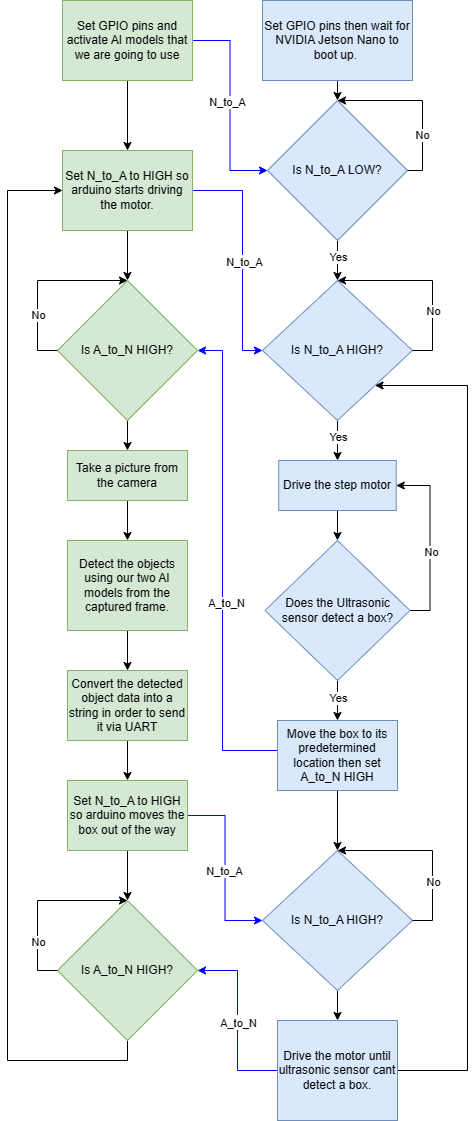
Earlier version of the draw.io export 07_Pictures/flow_diagram.png (MustafaEgeAtay/AI_Detected_Conveyor_Belt). Source tidied: cells renumbered, new cells last; positions are measured from the earlier drawing's top-left corner, leaving out a move shared by most shapes. Its diagram source:
```xml
<mxGraphModel>
  <root>
    <mxCell id="0" />
    <mxCell id="1" parent="0" />
    <mxCell id="2" style="edgeStyle=orthogonalEdgeStyle;rounded=0;jettySize=auto;html=1;exitX=1;exitY=0.5;exitDx=0;exitDy=0;entryX=0;entryY=0.5;entryDx=0;entryDy=0;strokeColor=#0000FF;" parent="1" edge="1" source="5" target="10">
      <mxGeometry relative="1" as="geometry" />
    </mxCell>
    <mxCell id="3" value="N_to_A" style="edgeLabel;html=1;align=center;verticalAlign=middle;" parent="2" vertex="1">
      <mxGeometry x="0.22" y="-3" relative="1" as="geometry">
        <mxPoint y="-26" as="offset" />
      </mxGeometry>
    </mxCell>
    <mxCell id="4" style="edgeStyle=orthogonalEdgeStyle;rounded=0;jettySize=auto;html=1;exitX=0.5;exitY=1;exitDx=0;exitDy=0;entryX=0.5;entryY=0;entryDx=0;entryDy=0;" parent="1" edge="1" source="5" target="17">
      <mxGeometry relative="1" as="geometry" />
    </mxCell>
    <mxCell id="5" value="Set GPIO pins and activate AI models that we are going to use" style="rounded=0;whiteSpace=wrap;html=1;fillColor=#d5e8d4;strokeColor=#82b366;" parent="1" vertex="1">
      <mxGeometry x="55" width="130" height="80" as="geometry" />
    </mxCell>
    <mxCell id="6" style="edgeStyle=orthogonalEdgeStyle;rounded=0;jettySize=auto;html=1;exitX=0.5;exitY=1;exitDx=0;exitDy=0;entryX=0.5;entryY=0;entryDx=0;entryDy=0;" parent="1" edge="1" source="7" target="10">
      <mxGeometry relative="1" as="geometry" />
    </mxCell>
    <mxCell id="7" value="Set GPIO pins then wait for NVIDIA Jetson Nano to boot up.&amp;nbsp;" style="rounded=0;whiteSpace=wrap;html=1;fillColor=#dae8fc;strokeColor=#6c8ebf;" parent="1" vertex="1">
      <mxGeometry x="255" width="150" height="80" as="geometry" />
    </mxCell>
    <mxCell id="8" style="edgeStyle=orthogonalEdgeStyle;rounded=0;jettySize=auto;html=1;exitX=0.5;exitY=1;exitDx=0;exitDy=0;entryX=0.5;entryY=0;entryDx=0;entryDy=0;" parent="1" edge="1" source="10" target="20">
      <mxGeometry relative="1" as="geometry" />
    </mxCell>
    <mxCell id="9" value="Yes" style="edgeLabel;html=1;align=center;verticalAlign=middle;" parent="8" vertex="1">
      <mxGeometry x="-0.25" y="1" relative="1" as="geometry">
        <mxPoint x="-1" y="1" as="offset" />
      </mxGeometry>
    </mxCell>
    <mxCell id="10" value="Is N_to_A LOW?" style="rhombus;whiteSpace=wrap;html=1;fillColor=#dae8fc;strokeColor=#6c8ebf;" parent="1" vertex="1">
      <mxGeometry x="260" y="100" width="140" height="140" as="geometry" />
    </mxCell>
    <mxCell id="11" style="edgeStyle=orthogonalEdgeStyle;rounded=0;orthogonalLoop=1;jettySize=auto;html=1;exitX=1;exitY=0.5;exitDx=0;exitDy=0;entryX=0.5;entryY=0;entryDx=0;entryDy=0;" parent="1" edge="1" source="10" target="10">
      <mxGeometry relative="1" as="geometry">
        <Array as="points">
          <mxPoint x="415" y="170" />
          <mxPoint x="415" y="100" />
        </Array>
      </mxGeometry>
    </mxCell>
    <mxCell id="12" value="No" style="edgeLabel;html=1;align=center;verticalAlign=middle;" parent="11" vertex="1">
      <mxGeometry x="-0.34" y="2" relative="1" as="geometry">
        <mxPoint x="1" y="5" as="offset" />
      </mxGeometry>
    </mxCell>
    <mxCell id="13" style="edgeStyle=orthogonalEdgeStyle;rounded=0;jettySize=auto;html=1;exitX=1;exitY=0.5;exitDx=0;exitDy=0;entryX=0;entryY=0.5;entryDx=0;entryDy=0;strokeColor=#0000FF;" parent="1" edge="1" source="17" target="20">
      <mxGeometry relative="1" as="geometry">
        <Array as="points">
          <mxPoint x="235" y="190" />
          <mxPoint x="235" y="350" />
        </Array>
      </mxGeometry>
    </mxCell>
    <mxCell id="14" value="Text" style="edgeLabel;html=1;align=center;verticalAlign=middle;" parent="13" vertex="1">
      <mxGeometry x="-0.03" y="3" relative="1" as="geometry">
        <mxPoint y="9" as="offset" />
      </mxGeometry>
    </mxCell>
    <mxCell id="15" value="N_to_A" style="edgeLabel;html=1;align=center;verticalAlign=middle;" parent="13" vertex="1">
      <mxGeometry x="0.05" y="5" relative="1" as="geometry">
        <mxPoint x="-4" as="offset" />
      </mxGeometry>
    </mxCell>
    <mxCell id="16" style="edgeStyle=orthogonalEdgeStyle;rounded=0;jettySize=auto;html=1;exitX=0.5;exitY=1;exitDx=0;exitDy=0;entryX=0.5;entryY=0;entryDx=0;entryDy=0;" parent="1" edge="1" source="17" target="34">
      <mxGeometry relative="1" as="geometry" />
    </mxCell>
    <mxCell id="17" value="Set N_to_A to HIGH so arduino starts driving the motor." style="rounded=0;whiteSpace=wrap;html=1;fillColor=#d5e8d4;strokeColor=#82b366;" parent="1" vertex="1">
      <mxGeometry x="55" y="150" width="130" height="80" as="geometry" />
    </mxCell>
    <mxCell id="18" style="edgeStyle=orthogonalEdgeStyle;rounded=0;jettySize=auto;html=1;exitX=0.5;exitY=1;exitDx=0;exitDy=0;" parent="1" edge="1" source="20">
      <mxGeometry relative="1" as="geometry">
        <mxPoint x="330" y="460" as="targetPoint" />
      </mxGeometry>
    </mxCell>
    <mxCell id="19" value="Yes" style="edgeLabel;html=1;align=center;verticalAlign=middle;" parent="18" vertex="1">
      <mxGeometry x="0.05" y="1" relative="1" as="geometry">
        <mxPoint x="-1" y="-4" as="offset" />
      </mxGeometry>
    </mxCell>
    <mxCell id="20" value="Is N_to_A HIGH?" style="rhombus;whiteSpace=wrap;html=1;fillColor=#dae8fc;strokeColor=#6c8ebf;" parent="1" vertex="1">
      <mxGeometry x="255" y="280" width="150" height="140" as="geometry" />
    </mxCell>
    <mxCell id="21" style="edgeStyle=orthogonalEdgeStyle;rounded=0;orthogonalLoop=1;jettySize=auto;html=1;exitX=1;exitY=0.5;exitDx=0;exitDy=0;entryX=0.5;entryY=0;entryDx=0;entryDy=0;" parent="1" edge="1" source="20" target="20">
      <mxGeometry relative="1" as="geometry">
        <Array as="points">
          <mxPoint x="425" y="350" />
          <mxPoint x="425" y="280" />
        </Array>
      </mxGeometry>
    </mxCell>
    <mxCell id="22" style="edgeStyle=orthogonalEdgeStyle;rounded=0;jettySize=auto;html=1;exitX=0.5;exitY=1;exitDx=0;exitDy=0;entryX=0.5;entryY=0;entryDx=0;entryDy=0;" parent="1" edge="1" source="23" target="28">
      <mxGeometry relative="1" as="geometry" />
    </mxCell>
    <mxCell id="23" value="Drive the step motor" style="rounded=0;whiteSpace=wrap;html=1;fillColor=#dae8fc;strokeColor=#6c8ebf;" parent="1" vertex="1">
      <mxGeometry x="271.2" y="460" width="117.5" height="50" as="geometry" />
    </mxCell>
    <mxCell id="24" style="edgeStyle=orthogonalEdgeStyle;rounded=0;jettySize=auto;html=1;exitX=1;exitY=0.5;exitDx=0;exitDy=0;entryX=1;entryY=0.5;entryDx=0;entryDy=0;" parent="1" edge="1" source="28" target="23">
      <mxGeometry relative="1" as="geometry" />
    </mxCell>
    <mxCell id="25" value="No" style="edgeLabel;html=1;align=center;verticalAlign=middle;" parent="24" vertex="1">
      <mxGeometry x="0.06" y="-1" relative="1" as="geometry">
        <mxPoint y="16" as="offset" />
      </mxGeometry>
    </mxCell>
    <mxCell id="26" style="edgeStyle=orthogonalEdgeStyle;rounded=0;jettySize=auto;html=1;exitX=0.5;exitY=1;exitDx=0;exitDy=0;entryX=0.5;entryY=0;entryDx=0;entryDy=0;" parent="1" edge="1" source="28" target="32">
      <mxGeometry relative="1" as="geometry" />
    </mxCell>
    <mxCell id="27" value="Yes" style="edgeLabel;html=1;align=center;verticalAlign=middle;" parent="26" vertex="1">
      <mxGeometry x="-0.3" y="2" relative="1" as="geometry">
        <mxPoint x="-2" y="3" as="offset" />
      </mxGeometry>
    </mxCell>
    <mxCell id="28" value="Does the Ultrasonic sensor detect a box?" style="rhombus;whiteSpace=wrap;html=1;fillColor=#dae8fc;strokeColor=#6c8ebf;" parent="1" vertex="1">
      <mxGeometry x="257.5" y="540" width="145" height="140" as="geometry" />
    </mxCell>
    <mxCell id="29" style="edgeStyle=orthogonalEdgeStyle;rounded=0;jettySize=auto;html=1;exitX=0;exitY=0.5;exitDx=0;exitDy=0;entryX=1;entryY=0.5;entryDx=0;entryDy=0;strokeColor=#0000FF;" parent="1" edge="1" source="32" target="34">
      <mxGeometry relative="1" as="geometry">
        <Array as="points">
          <mxPoint x="215" y="750" />
          <mxPoint x="215" y="350" />
        </Array>
      </mxGeometry>
    </mxCell>
    <mxCell id="30" value="A_to_N" style="edgeLabel;html=1;align=center;verticalAlign=middle;" parent="29" vertex="1">
      <mxGeometry x="0.18" y="-3" relative="1" as="geometry">
        <mxPoint y="78" as="offset" />
      </mxGeometry>
    </mxCell>
    <mxCell id="31" style="edgeStyle=orthogonalEdgeStyle;rounded=0;jettySize=auto;html=1;exitX=0.5;exitY=1;exitDx=0;exitDy=0;" parent="1" edge="1" source="32" target="48">
      <mxGeometry relative="1" as="geometry" />
    </mxCell>
    <mxCell id="32" value="Move the box to its predetermined location then set A_to_N HIGH" style="rounded=0;whiteSpace=wrap;html=1;fillColor=#dae8fc;strokeColor=#6c8ebf;" parent="1" vertex="1">
      <mxGeometry x="270" y="720" width="120" height="70" as="geometry" />
    </mxCell>
    <mxCell id="33" style="edgeStyle=orthogonalEdgeStyle;rounded=0;jettySize=auto;html=1;exitX=0.5;exitY=1;exitDx=0;exitDy=0;entryX=0.5;entryY=0;entryDx=0;entryDy=0;" parent="1" edge="1" source="34" target="38">
      <mxGeometry relative="1" as="geometry" />
    </mxCell>
    <mxCell id="34" value="Is A_to_N HIGH?" style="rhombus;whiteSpace=wrap;html=1;fillColor=#d5e8d4;strokeColor=#82b366;" parent="1" vertex="1">
      <mxGeometry x="50" y="280" width="140" height="140" as="geometry" />
    </mxCell>
    <mxCell id="35" style="edgeStyle=orthogonalEdgeStyle;rounded=0;orthogonalLoop=1;jettySize=auto;html=1;exitX=0;exitY=0.5;exitDx=0;exitDy=0;entryX=0.5;entryY=0;entryDx=0;entryDy=0;" parent="1" edge="1" source="34" target="34">
      <mxGeometry relative="1" as="geometry">
        <Array as="points">
          <mxPoint x="30" y="350" />
          <mxPoint x="30" y="280" />
        </Array>
      </mxGeometry>
    </mxCell>
    <mxCell id="36" value="No" style="edgeLabel;html=1;align=center;verticalAlign=middle;" parent="35" vertex="1">
      <mxGeometry x="-0.38" relative="1" as="geometry" />
    </mxCell>
    <mxCell id="37" style="edgeStyle=orthogonalEdgeStyle;rounded=0;jettySize=auto;html=1;exitX=0.5;exitY=1;exitDx=0;exitDy=0;entryX=0.5;entryY=0;entryDx=0;entryDy=0;" parent="1" edge="1" source="38" target="40">
      <mxGeometry relative="1" as="geometry" />
    </mxCell>
    <mxCell id="38" value="Take a picture from the camera" style="rounded=0;whiteSpace=wrap;html=1;fillColor=#d5e8d4;strokeColor=#82b366;" parent="1" vertex="1">
      <mxGeometry x="60" y="450" width="120" height="50" as="geometry" />
    </mxCell>
    <mxCell id="39" style="edgeStyle=orthogonalEdgeStyle;rounded=0;jettySize=auto;html=1;exitX=0.5;exitY=1;exitDx=0;exitDy=0;entryX=0.5;entryY=0;entryDx=0;entryDy=0;" parent="1" edge="1" source="40" target="42">
      <mxGeometry relative="1" as="geometry" />
    </mxCell>
    <mxCell id="40" value="Detect the objects using our two AI models from the captured frame." style="rounded=0;whiteSpace=wrap;html=1;fillColor=#d5e8d4;strokeColor=#82b366;" parent="1" vertex="1">
      <mxGeometry x="60" y="540" width="120" height="90" as="geometry" />
    </mxCell>
    <mxCell id="41" style="edgeStyle=orthogonalEdgeStyle;rounded=0;jettySize=auto;html=1;exitX=0.5;exitY=1;exitDx=0;exitDy=0;entryX=0.5;entryY=0;entryDx=0;entryDy=0;" parent="1" edge="1" source="42" target="46">
      <mxGeometry relative="1" as="geometry" />
    </mxCell>
    <mxCell id="42" value="Convert the detected object data into a string in order to send it via UART" style="rounded=0;whiteSpace=wrap;html=1;fillColor=#d5e8d4;strokeColor=#82b366;" parent="1" vertex="1">
      <mxGeometry x="60" y="670" width="120" height="70" as="geometry" />
    </mxCell>
    <mxCell id="43" style="edgeStyle=orthogonalEdgeStyle;rounded=0;jettySize=auto;html=1;exitX=1;exitY=0.5;exitDx=0;exitDy=0;entryX=0;entryY=0.5;entryDx=0;entryDy=0;strokeColor=#0000FF;" parent="1" edge="1" source="46" target="48">
      <mxGeometry relative="1" as="geometry" />
    </mxCell>
    <mxCell id="44" value="N_to_A" style="edgeLabel;html=1;align=center;verticalAlign=middle;" parent="43" vertex="1">
      <mxGeometry x="0.05" y="-1" relative="1" as="geometry">
        <mxPoint y="-2" as="offset" />
      </mxGeometry>
    </mxCell>
    <mxCell id="45" style="edgeStyle=orthogonalEdgeStyle;rounded=0;jettySize=auto;html=1;exitX=0.5;exitY=1;exitDx=0;exitDy=0;entryX=0.5;entryY=0;entryDx=0;entryDy=0;" parent="1" edge="1" source="46" target="57">
      <mxGeometry relative="1" as="geometry" />
    </mxCell>
    <mxCell id="46" value="Set N_to_A to HIGH so arduino moves the box out of the way" style="rounded=0;whiteSpace=wrap;html=1;fillColor=#d5e8d4;strokeColor=#82b366;" parent="1" vertex="1">
      <mxGeometry x="60" y="780" width="120" height="70" as="geometry" />
    </mxCell>
    <mxCell id="47" style="edgeStyle=orthogonalEdgeStyle;rounded=0;jettySize=auto;html=1;exitX=0.5;exitY=1;exitDx=0;exitDy=0;entryX=0.5;entryY=0;entryDx=0;entryDy=0;" parent="1" edge="1" source="48" target="55">
      <mxGeometry relative="1" as="geometry" />
    </mxCell>
    <mxCell id="48" value="Is N_to_A HIGH?" style="rhombus;whiteSpace=wrap;html=1;fillColor=#dae8fc;strokeColor=#6c8ebf;" parent="1" vertex="1">
      <mxGeometry x="255" y="850" width="150" height="140" as="geometry" />
    </mxCell>
    <mxCell id="49" style="edgeStyle=orthogonalEdgeStyle;rounded=0;orthogonalLoop=1;jettySize=auto;html=1;exitX=1;exitY=0.5;exitDx=0;exitDy=0;entryX=0.5;entryY=0;entryDx=0;entryDy=0;" parent="1" edge="1" source="48" target="48">
      <mxGeometry relative="1" as="geometry">
        <Array as="points">
          <mxPoint x="425" y="920" />
          <mxPoint x="425" y="850" />
        </Array>
      </mxGeometry>
    </mxCell>
    <mxCell id="50" value="No" style="edgeLabel;html=1;align=center;verticalAlign=middle;" parent="49" vertex="1">
      <mxGeometry x="-0.36" y="-2" relative="1" as="geometry">
        <mxPoint x="-2" as="offset" />
      </mxGeometry>
    </mxCell>
    <mxCell id="51" style="edgeStyle=orthogonalEdgeStyle;rounded=0;jettySize=auto;html=1;exitX=0;exitY=0.5;exitDx=0;exitDy=0;entryX=1;entryY=0.5;entryDx=0;entryDy=0;fillColor=#dae8fc;strokeColor=#0000FF;" parent="1" edge="1" source="55" target="57">
      <mxGeometry relative="1" as="geometry" />
    </mxCell>
    <mxCell id="52" value="Text" style="edgeLabel;html=1;align=center;verticalAlign=middle;" parent="51" vertex="1">
      <mxGeometry x="0.22" y="2" relative="1" as="geometry">
        <mxPoint y="20" as="offset" />
      </mxGeometry>
    </mxCell>
    <mxCell id="53" value="A_to_N" style="edgeLabel;html=1;align=center;verticalAlign=middle;" parent="51" vertex="1">
      <mxGeometry x="-0.02" y="-3" relative="1" as="geometry">
        <mxPoint x="-3" as="offset" />
      </mxGeometry>
    </mxCell>
    <mxCell id="54" style="edgeStyle=orthogonalEdgeStyle;rounded=0;jettySize=auto;html=1;exitX=1;exitY=0.5;exitDx=0;exitDy=0;entryX=1;entryY=1;entryDx=0;entryDy=0;" parent="1" edge="1" source="55" target="20">
      <mxGeometry relative="1" as="geometry">
        <Array as="points">
          <mxPoint x="460" y="1070" />
          <mxPoint x="460" y="385" />
        </Array>
      </mxGeometry>
    </mxCell>
    <mxCell id="55" value="Drive the motor until ultrasonic sensor cant detect a box." style="rounded=0;whiteSpace=wrap;html=1;fillColor=#dae8fc;strokeColor=#6c8ebf;" parent="1" vertex="1">
      <mxGeometry x="270" y="1020" width="120" height="100" as="geometry" />
    </mxCell>
    <mxCell id="56" style="edgeStyle=orthogonalEdgeStyle;rounded=0;jettySize=auto;html=1;exitX=0.5;exitY=1;exitDx=0;exitDy=0;entryX=0;entryY=0.5;entryDx=0;entryDy=0;" parent="1" edge="1" source="57" target="17">
      <mxGeometry relative="1" as="geometry">
        <Array as="points">
          <mxPoint x="120" y="1060" />
          <mxPoint y="1060" />
          <mxPoint y="190" />
        </Array>
      </mxGeometry>
    </mxCell>
    <mxCell id="57" value="Is A_to_N HIGH?" style="rhombus;whiteSpace=wrap;html=1;fillColor=#d5e8d4;strokeColor=#82b366;" parent="1" vertex="1">
      <mxGeometry x="50" y="900" width="140" height="140" as="geometry" />
    </mxCell>
    <mxCell id="58" style="edgeStyle=orthogonalEdgeStyle;rounded=0;orthogonalLoop=1;jettySize=auto;html=1;exitX=0;exitY=0.5;exitDx=0;exitDy=0;entryX=0.5;entryY=0;entryDx=0;entryDy=0;" parent="1" edge="1" source="57" target="57">
      <mxGeometry relative="1" as="geometry">
        <Array as="points">
          <mxPoint x="30" y="970" />
          <mxPoint x="30" y="900" />
        </Array>
      </mxGeometry>
    </mxCell>
    <mxCell id="59" value="No" style="edgeLabel;html=1;align=center;verticalAlign=middle;" parent="58" vertex="1">
      <mxGeometry x="-0.46" y="-2" relative="1" as="geometry">
        <mxPoint x="-2" as="offset" />
      </mxGeometry>
    </mxCell>
    <mxCell id="60" value="No" style="edgeLabel;html=1;align=center;verticalAlign=middle;" parent="1" vertex="1">
      <mxGeometry x="423" y="146" as="geometry">
        <mxPoint x="2" y="164" as="offset" />
      </mxGeometry>
    </mxCell>
  </root>
</mxGraphModel>
```
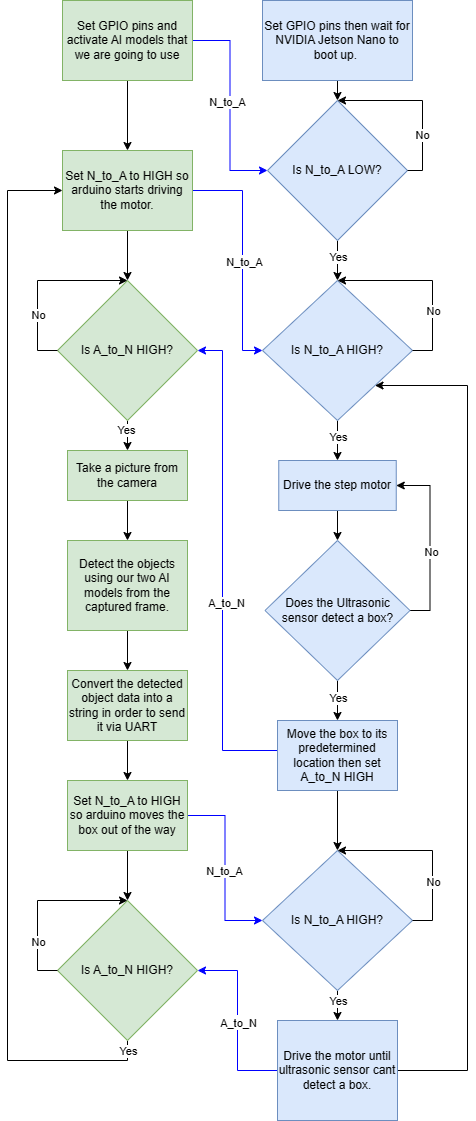
After the change.

Diff of the diagram source:
```diff
@@ -138,6 +138,11 @@
     <mxCell id="33" style="edgeStyle=orthogonalEdgeStyle;rounded=0;jettySize=auto;html=1;exitX=0.5;exitY=1;exitDx=0;exitDy=0;entryX=0.5;entryY=0;entryDx=0;entryDy=0;" parent="1" edge="1" source="34" target="38">
       <mxGeometry relative="1" as="geometry" />
     </mxCell>
+    <mxCell id="61" value="Yes" style="edgeLabel;html=1;align=center;verticalAlign=middle;" parent="33" vertex="1">
+      <mxGeometry x="-0.13" y="-2" relative="1" as="geometry">
+        <mxPoint y="-4" as="offset" />
+      </mxGeometry>
+    </mxCell>
     <mxCell id="34" value="Is A_to_N HIGH?" style="rhombus;whiteSpace=wrap;html=1;fillColor=#d5e8d4;strokeColor=#82b366;" parent="1" vertex="1">
       <mxGeometry x="50" y="280" width="140" height="140" as="geometry" />
     </mxCell>
@@ -236,6 +241,11 @@
         </Array>
       </mxGeometry>
     </mxCell>
+    <mxCell id="62" value="Yes" style="edgeLabel;html=1;align=center;verticalAlign=middle;" parent="56" vertex="1">
+      <mxGeometry x="-0.99" y="2" relative="1" as="geometry">
+        <mxPoint x="-2" y="4" as="offset" />
+      </mxGeometry>
+    </mxCell>
     <mxCell id="57" value="Is A_to_N HIGH?" style="rhombus;whiteSpace=wrap;html=1;fillColor=#d5e8d4;strokeColor=#82b366;" parent="1" vertex="1">
       <mxGeometry x="50" y="900" width="140" height="140" as="geometry" />
     </mxCell>
@@ -257,5 +267,8 @@
         <mxPoint x="2" y="164" as="offset" />
       </mxGeometry>
     </mxCell>
+    <mxCell id="63" value="Yes" style="edgeLabel;html=1;align=center;verticalAlign=middle;" parent="1" vertex="1">
+      <mxGeometry x="330" y="1000" as="geometry" />
+    </mxCell>
   </root>
 </mxGraphModel>
```
